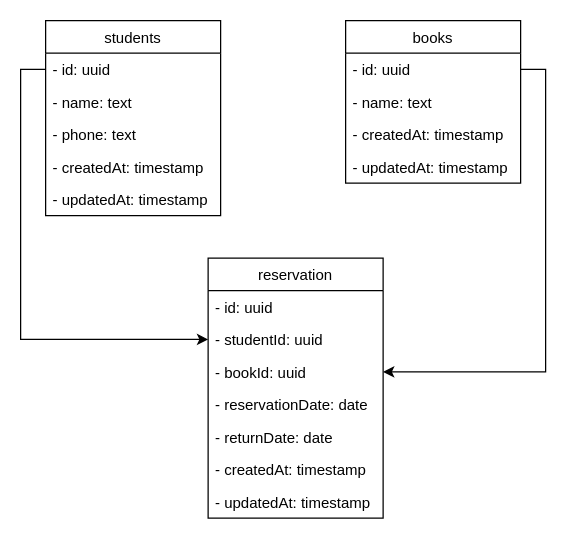
The draw.io diagram docs/class-diagram.drawio in huelbert/crud-test-rest-typeorm, before the edit. Source tidied: cells renumbered, new cells numbered last; positions are measured from the earlier drawing's top-left corner, leaving out a move shared by most shapes. Both pictures are drawn from the tidied source at 125%, with x=0, y=0 at pixel (45, 20).
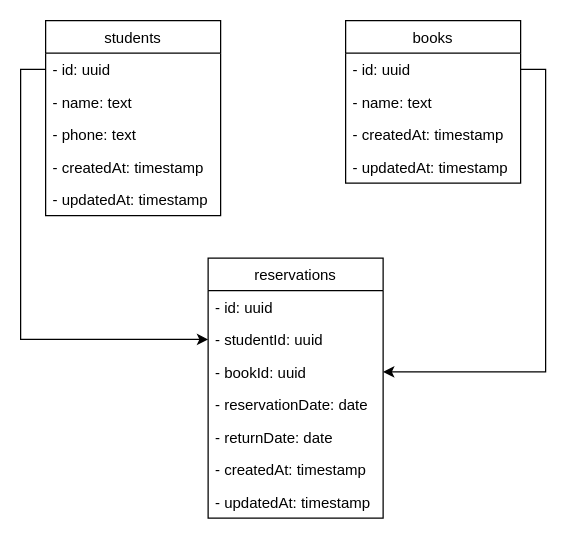
After the change.

Commit message:
fix: change name reserve class to reservations

What changed in the source:
```diff
@@
-    <mxCell id="13" value="reservation" style="swimlane;fontStyle=0;horizontal=1;startSize=26;fillColor=none;" parent="1" vertex="1">
+    <mxCell id="13" value="reservations" style="swimlane;fontStyle=0;horizontal=1;startSize=26;fillColor=none;" parent="1" vertex="1">
       <mxGeometry x="130" y="190" width="140" height="208" as="geometry" />
     </mxCell>
```
